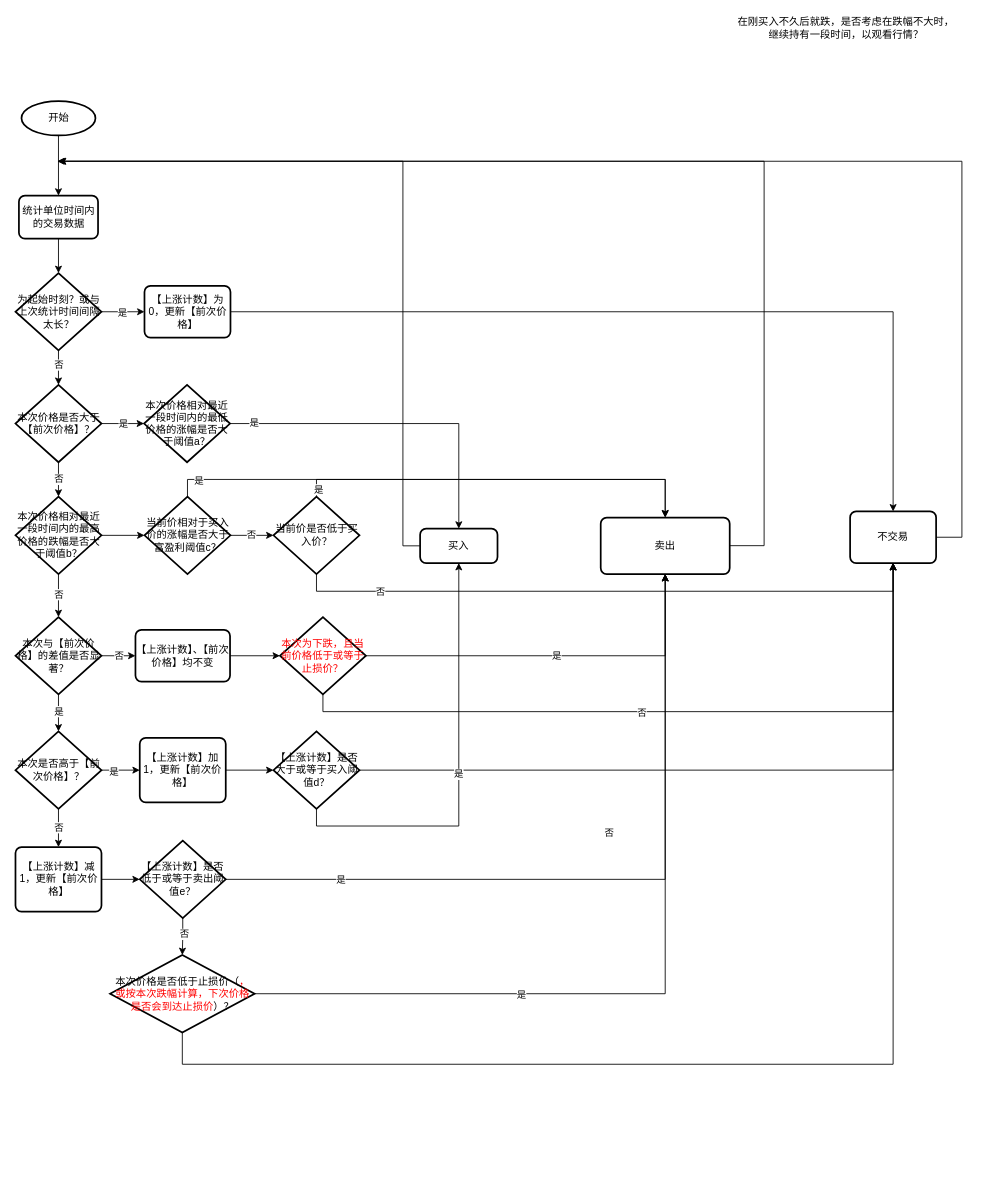
Above: net-count-trading.drawio in haycheng/draw.io (draw.io), before the change. Source tidied: cells renumbered, new cells numbered last; positions are measured from the earlier drawing's top-left corner, leaving out a move shared by most shapes. Both pictures are drawn from the tidied source at 86%, with x=0, y=0 at pixel (15, 15).
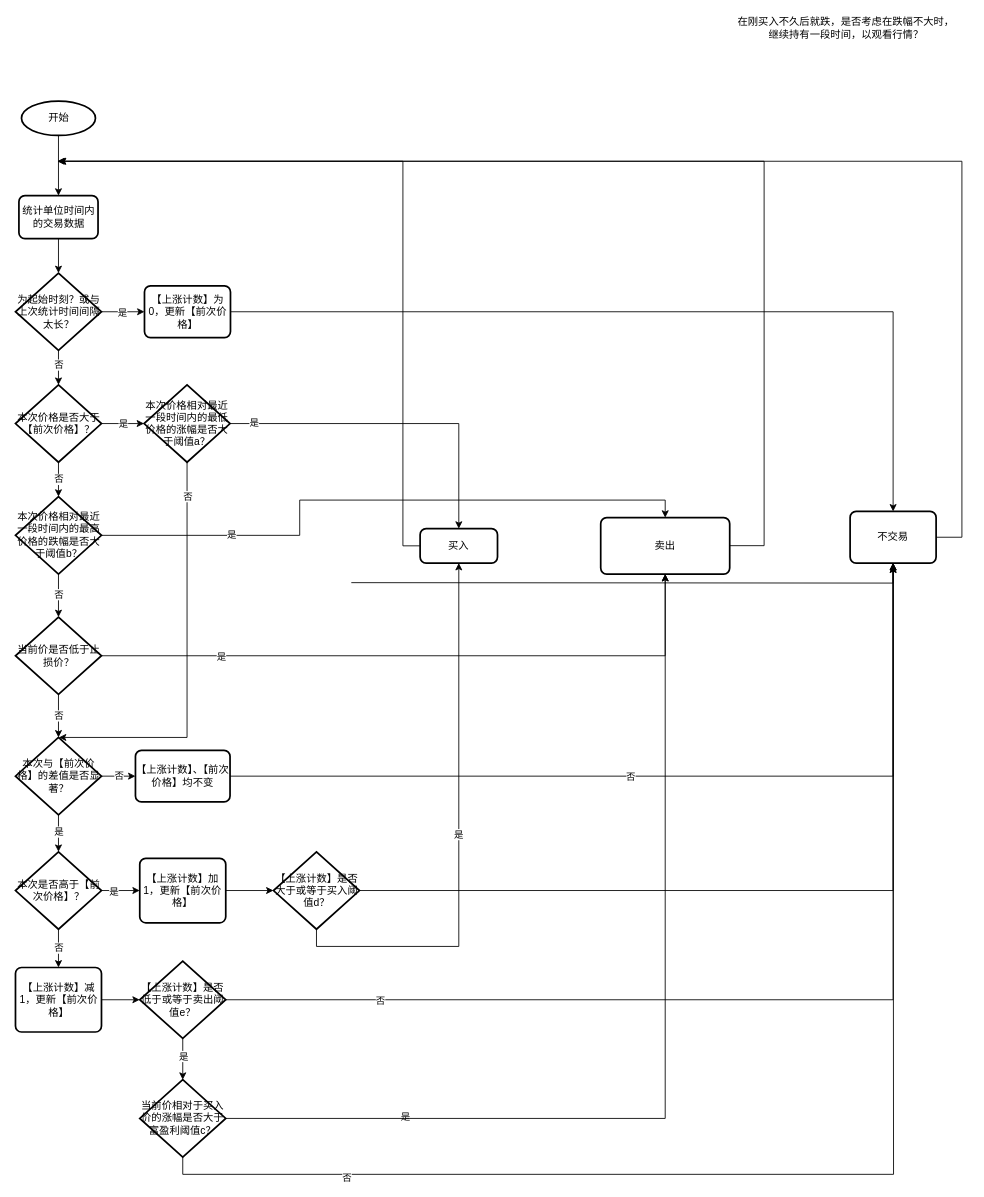
The same diagram, later.

The change refers to these unchanged cells:
```xml
<mxCell id="14" value="不交易" style="rounded=1;whiteSpace=wrap;html=1;absoluteArcSize=1;arcSize=14;strokeWidth=2;" parent="1" vertex="1">
  <mxGeometry x="970" y="577.2" width="100" height="60" as="geometry" />
</mxCell>
<mxCell id="48" value="卖出" style="rounded=1;whiteSpace=wrap;html=1;absoluteArcSize=1;arcSize=14;strokeWidth=2;" parent="1" vertex="1">
  <mxGeometry x="680" y="584.4" width="150" height="65.6" as="geometry" />
</mxCell>
<mxCell id="57" value="本次价格相对最近一段时间内的最低价格的涨幅是否大于阈值a？" style="strokeWidth=2;html=1;shape=mxgraph.flowchart.decision;whiteSpace=wrap;" parent="1" vertex="1">
  <mxGeometry x="149" y="430" width="100" height="90" as="geometry" />
</mxCell>
<mxCell id="61" value="本次价格相对最近一段时间内的最高价格的跌幅是否大于阈值b？" style="strokeWidth=2;html=1;shape=mxgraph.flowchart.decision;whiteSpace=wrap;" parent="1" vertex="1">
  <mxGeometry x="-0.5" y="560" width="100" height="90" as="geometry" />
</mxCell>
```

Diff of the diagram source:
```diff
@@
     <mxCell id="18" value="本次与【前次价格】的差值是否显著？" style="strokeWidth=2;html=1;shape=mxgraph.flowchart.decision;whiteSpace=wrap;" parent="1" vertex="1">
-      <mxGeometry x="-0.5" y="700" width="100" height="90" as="geometry" />
+      <mxGeometry x="-0.5" y="840" width="100" height="90" as="geometry" />
     </mxCell>
-    <mxCell id="19" style="edgeStyle=orthogonalEdgeStyle;rounded=0;jettySize=auto;html=1;exitX=1;exitY=0.5;exitDx=0;exitDy=0;entryX=0;entryY=0.5;entryDx=0;entryDy=0;entryPerimeter=0;" parent="1" edge="1" source="20" target="46">
-      <mxGeometry relative="1" as="geometry" />
-    </mxCell>
     <mxCell id="20" value="【上涨计数】、【前次价格】均不变" style="rounded=1;whiteSpace=wrap;html=1;absoluteArcSize=1;arcSize=14;strokeWidth=2;" parent="1" vertex="1">
-      <mxGeometry x="139" y="715" width="110" height="60" as="geometry" />
+      <mxGeometry x="139" y="855" width="110" height="60" as="geometry" />
     </mxCell>
@@
     <mxCell id="24" value="本次是否高于【前次价格】？" style="strokeWidth=2;html=1;shape=mxgraph.flowchart.decision;whiteSpace=wrap;" parent="1" vertex="1">
-      <mxGeometry x="-0.5" y="833" width="100" height="90" as="geometry" />
+      <mxGeometry x="-0.5" y="973" width="100" height="90" as="geometry" />
     </mxCell>
@@
     <mxCell id="26" value="【上涨计数】加1，更新【前次价格】" style="rounded=1;whiteSpace=wrap;html=1;absoluteArcSize=1;arcSize=14;strokeWidth=2;" parent="1" vertex="1">
-      <mxGeometry x="144" y="840.5" width="100" height="75" as="geometry" />
+      <mxGeometry x="144" y="980.5" width="100" height="75" as="geometry" />
     </mxCell>
     <mxCell id="27" style="edgeStyle=orthogonalEdgeStyle;rounded=0;jettySize=auto;html=1;exitX=1;exitY=0.5;exitDx=0;exitDy=0;exitPerimeter=0;entryX=0.5;entryY=1;entryDx=0;entryDy=0;" parent="1" edge="1" source="30" target="14">
       <mxGeometry relative="1" as="geometry">
         <Array as="points">
-          <mxPoint x="1020" y="878" />
+          <mxPoint x="1020" y="1018" />
         </Array>
       </mxGeometry>
     </mxCell>
-    <mxCell id="28" value="否" style="edgeLabel;html=1;align=center;verticalAlign=middle;" parent="27" vertex="1">
+    <mxCell id="28" value="是" style="edgeLabel;html=1;align=center;verticalAlign=middle;" parent="27" vertex="1">
       <mxGeometry x="-0.26" y="-1" relative="1" as="geometry">
-        <mxPoint x="-29" y="71" as="offset" />
+        <mxPoint x="-317" y="261" as="offset" />
       </mxGeometry>
     </mxCell>
@@
     <mxCell id="30" value="【上涨计数】是否大于或等于买入阈值d？" style="strokeWidth=2;html=1;shape=mxgraph.flowchart.decision;whiteSpace=wrap;" parent="1" vertex="1">
-      <mxGeometry x="299.5" y="833" width="100" height="90" as="geometry" />
+      <mxGeometry x="299.5" y="973" width="100" height="90" as="geometry" />
     </mxCell>
@@
-    <mxCell id="33" style="edgeStyle=orthogonalEdgeStyle;rounded=0;jettySize=auto;html=1;entryX=0.5;entryY=1;entryDx=0;entryDy=0;exitX=1;exitY=0.5;exitDx=0;exitDy=0;exitPerimeter=0;" parent="1" edge="1" source="50" target="48">
+    <mxCell id="33" style="edgeStyle=orthogonalEdgeStyle;rounded=0;jettySize=auto;html=1;exitX=1;exitY=0.5;exitDx=0;exitDy=0;exitPerimeter=0;" parent="1" edge="1" source="50">
       <mxGeometry relative="1" as="geometry">
+        <mxPoint x="1020" y="640" as="targetPoint" />
         <Array as="points">
-          <mxPoint x="755" y="1005" />
+          <mxPoint x="1020" y="1145" />
         </Array>
       </mxGeometry>
     </mxCell>
-    <mxCell id="34" value="是" style="edgeLabel;html=1;align=center;verticalAlign=middle;" parent="33" vertex="1">
+    <mxCell id="34" value="否" style="edgeLabel;html=1;align=center;verticalAlign=middle;" parent="33" vertex="1">
       <mxGeometry x="-0.78" relative="1" as="geometry">
         <mxPoint x="38" as="offset" />
       </mxGeometry>
     </mxCell>
-    <mxCell id="35" style="edgeStyle=orthogonalEdgeStyle;rounded=0;jettySize=auto;html=1;exitX=0.5;exitY=1;exitDx=0;exitDy=0;entryX=0.5;entryY=0;entryDx=0;entryDy=0;entryPerimeter=0;exitPerimeter=0;" parent="1" edge="1" source="50" target="42">
-      <mxGeometry relative="1" as="geometry" />
-    </mxCell>
-    <mxCell id="36" value="否" style="edgeLabel;html=1;align=center;verticalAlign=middle;" parent="35" vertex="1">
-      <mxGeometry x="-0.18" y="1" relative="1" as="geometry" />
-    </mxCell>
@@
     <mxCell id="38" value="【上涨计数】减1，更新【前次价格】" style="rounded=1;whiteSpace=wrap;html=1;absoluteArcSize=1;arcSize=14;strokeWidth=2;" parent="1" vertex="1">
-      <mxGeometry x="-0.5" y="967.5" width="100" height="75" as="geometry" />
+      <mxGeometry x="-0.5" y="1107.5" width="100" height="75" as="geometry" />
     </mxCell>
-    <mxCell id="39" style="edgeStyle=orthogonalEdgeStyle;rounded=0;jettySize=auto;html=1;exitX=1;exitY=0.5;exitDx=0;exitDy=0;exitPerimeter=0;entryX=0.5;entryY=1;entryDx=0;entryDy=0;" parent="1" edge="1" source="42" target="48">
+    <mxCell id="39" style="edgeStyle=orthogonalEdgeStyle;rounded=0;jettySize=auto;html=1;exitX=1;exitY=0.5;exitDx=0;exitDy=0;exitPerimeter=0;entryX=0.5;entryY=1;entryDx=0;entryDy=0;" parent="1" edge="1" source="66" target="48">
       <mxGeometry relative="1" as="geometry" />
     </mxCell>
-    <mxCell id="40" value="是" style="edgeLabel;html=1;align=center;verticalAlign=middle;" parent="39" vertex="1">
-      <mxGeometry x="-0.04" relative="1" as="geometry">
-        <mxPoint x="-153" as="offset" />
-      </mxGeometry>
-    </mxCell>
-    <mxCell id="41" style="edgeStyle=orthogonalEdgeStyle;rounded=0;jettySize=auto;html=1;exitX=0.5;exitY=1;exitDx=0;exitDy=0;exitPerimeter=0;entryX=0.5;entryY=1;entryDx=0;entryDy=0;" parent="1" edge="1" source="42" target="14">
-      <mxGeometry relative="1" as="geometry">
-        <Array as="points">
-          <mxPoint x="194" y="1220" />
-          <mxPoint x="1020" y="1220" />
-        </Array>
-      </mxGeometry>
-    </mxCell>
-    <mxCell id="42" value="本次价格是否低于止损价（&lt;font color=&quot;#ff0000&quot;&gt;，或按本次跌幅计算，下次价格是否会到达止损价&lt;/font&gt;）？" style="strokeWidth=2;html=1;shape=mxgraph.flowchart.decision;whiteSpace=wrap;" parent="1" vertex="1">
-      <mxGeometry x="109.5" y="1093" width="168" height="90" as="geometry" />
-    </mxCell>
-    <mxCell id="43" style="edgeStyle=orthogonalEdgeStyle;rounded=0;jettySize=auto;html=1;exitX=0.5;exitY=1;exitDx=0;exitDy=0;exitPerimeter=0;" parent="1" edge="1" source="46" target="14">
+    <mxCell id="43" style="edgeStyle=orthogonalEdgeStyle;rounded=0;jettySize=auto;html=1;exitX=1;exitY=0.5;exitDx=0;exitDy=0;" parent="1" edge="1" source="20" target="14">
       <mxGeometry relative="1" as="geometry">
         <Array as="points">
-          <mxPoint x="357" y="810" />
-          <mxPoint x="1020" y="810" />
+          <mxPoint x="1020" y="885" />
         </Array>
       </mxGeometry>
     </mxCell>
@@
-    <mxCell id="45" value="是" style="edgeStyle=orthogonalEdgeStyle;rounded=0;jettySize=auto;html=1;exitX=1;exitY=0.5;exitDx=0;exitDy=0;exitPerimeter=0;entryX=0.5;entryY=1;entryDx=0;entryDy=0;" parent="1" edge="1" source="46" target="48">
-      <mxGeometry relative="1" as="geometry" />
-    </mxCell>
-    <mxCell id="46" value="本次为下跌，且当前价格低于或等于止损价？" style="strokeWidth=2;html=1;shape=mxgraph.flowchart.decision;whiteSpace=wrap;fontColor=#FF0000;" parent="1" vertex="1">
-      <mxGeometry x="307" y="700" width="100" height="90" as="geometry" />
-    </mxCell>
@@
+    <mxCell id="72" style="edgeStyle=orthogonalEdgeStyle;rounded=0;jettySize=auto;html=1;exitX=0.5;exitY=1;exitDx=0;exitDy=0;exitPerimeter=0;entryX=0.5;entryY=0;entryDx=0;entryDy=0;entryPerimeter=0;" parent="1" edge="1" source="50" target="66">
+      <mxGeometry relative="1" as="geometry" />
+    </mxCell>
+    <mxCell id="73" value="是" style="edgeLabel;html=1;align=center;verticalAlign=middle;" parent="72" vertex="1">
+      <mxGeometry x="-0.17" relative="1" as="geometry" />
+    </mxCell>
     <mxCell id="50" value="【上涨计数】是否低于或等于卖出阈值e？" style="strokeWidth=2;html=1;shape=mxgraph.flowchart.decision;whiteSpace=wrap;" parent="1" vertex="1">
-      <mxGeometry x="144" y="960" width="100" height="90" as="geometry" />
+      <mxGeometry x="144" y="1100" width="100" height="90" as="geometry" />
     </mxCell>
@@
+    <mxCell id="74" style="edgeStyle=orthogonalEdgeStyle;rounded=0;jettySize=auto;html=1;exitX=0.5;exitY=1;exitDx=0;exitDy=0;exitPerimeter=0;" parent="1" edge="1" source="57">
+      <mxGeometry relative="1" as="geometry">
+        <mxPoint x="50" y="840" as="targetPoint" />
+        <Array as="points">
+          <mxPoint x="199" y="840" />
+        </Array>
+      </mxGeometry>
+    </mxCell>
+    <mxCell id="75" value="否" style="edgeLabel;html=1;align=center;verticalAlign=middle;" parent="74" vertex="1">
+      <mxGeometry x="-0.75" y="1" relative="1" as="geometry">
+        <mxPoint x="-1" y="-20" as="offset" />
+      </mxGeometry>
+    </mxCell>
@@
-    <mxCell id="58" style="edgeStyle=orthogonalEdgeStyle;rounded=0;jettySize=auto;html=1;exitX=0.5;exitY=1;exitDx=0;exitDy=0;exitPerimeter=0;" parent="1" edge="1" source="61" target="18">
+    <mxCell id="58" style="edgeStyle=orthogonalEdgeStyle;rounded=0;jettySize=auto;html=1;exitX=0.5;exitY=1;exitDx=0;exitDy=0;exitPerimeter=0;entryX=0.5;entryY=0;entryDx=0;entryDy=0;entryPerimeter=0;" parent="1" edge="1" source="61" target="71">
       <mxGeometry relative="1" as="geometry" />
     </mxCell>
@@
-    <mxCell id="60" style="edgeStyle=orthogonalEdgeStyle;rounded=0;jettySize=auto;html=1;exitX=1;exitY=0.5;exitDx=0;exitDy=0;exitPerimeter=0;entryX=0;entryY=0.5;entryDx=0;entryDy=0;entryPerimeter=0;" parent="1" edge="1" source="61" target="66">
-      <mxGeometry relative="1" as="geometry" />
+    <mxCell id="60" value="是" style="edgeStyle=orthogonalEdgeStyle;rounded=0;jettySize=auto;html=1;exitX=1;exitY=0.5;exitDx=0;exitDy=0;exitPerimeter=0;entryX=0.5;entryY=0;entryDx=0;entryDy=0;" parent="1" edge="1" source="61" target="48">
+      <mxGeometry x="-0.58" relative="1" as="geometry">
+        <Array as="points">
+          <mxPoint x="330" y="605" />
+          <mxPoint x="330" y="564" />
+          <mxPoint x="755" y="564" />
+        </Array>
+      </mxGeometry>
     </mxCell>
@@
-    <mxCell id="62" style="edgeStyle=orthogonalEdgeStyle;rounded=0;jettySize=auto;html=1;exitX=0.5;exitY=0;exitDx=0;exitDy=0;exitPerimeter=0;" parent="1" edge="1" source="66">
-      <mxGeometry relative="1" as="geometry">
-        <mxPoint x="755" y="584" as="targetPoint" />
-        <Array as="points">
-          <mxPoint x="200" y="540" />
-          <mxPoint x="755" y="540" />
-        </Array>
-      </mxGeometry>
-    </mxCell>
-    <mxCell id="63" value="是" style="edgeLabel;html=1;align=center;verticalAlign=middle;" parent="62" vertex="1">
-      <mxGeometry x="-0.89" y="-1" relative="1" as="geometry">
-        <mxPoint x="-1" as="offset" />
-      </mxGeometry>
-    </mxCell>
-    <mxCell id="64" style="edgeStyle=orthogonalEdgeStyle;rounded=0;jettySize=auto;html=1;exitX=1;exitY=0.5;exitDx=0;exitDy=0;exitPerimeter=0;entryX=0;entryY=0.5;entryDx=0;entryDy=0;entryPerimeter=0;" parent="1" edge="1" source="66" target="71">
-      <mxGeometry relative="1" as="geometry" />
-    </mxCell>
-    <mxCell id="65" value="否" style="edgeLabel;html=1;align=center;verticalAlign=middle;" parent="64" vertex="1">
-      <mxGeometry x="-0.06" y="1" relative="1" as="geometry" />
-    </mxCell>
+    <mxCell id="76" style="edgeStyle=orthogonalEdgeStyle;rounded=0;jettySize=auto;html=1;exitX=0.5;exitY=1;exitDx=0;exitDy=0;exitPerimeter=0;" parent="1" edge="1" source="66">
+      <mxGeometry relative="1" as="geometry">
+        <mxPoint x="1020" y="640" as="targetPoint" />
+      </mxGeometry>
+    </mxCell>
+    <mxCell id="77" value="否" style="edgeLabel;html=1;align=center;verticalAlign=middle;" parent="76" vertex="1">
+      <mxGeometry x="-0.73" y="-3" relative="1" as="geometry" />
+    </mxCell>
     <mxCell id="66" value="当前价相对于买入价的涨幅是否大于富盈利阈值c？" style="strokeWidth=2;html=1;shape=mxgraph.flowchart.decision;whiteSpace=wrap;" parent="1" vertex="1">
-      <mxGeometry x="149.5" y="560" width="100" height="90" as="geometry" />
+      <mxGeometry x="144" y="1238" width="100" height="90" as="geometry" />
     </mxCell>
+    <mxCell id="69" style="edgeStyle=orthogonalEdgeStyle;rounded=0;jettySize=auto;html=1;entryX=0.5;entryY=1;entryDx=0;entryDy=0;" parent="1" edge="1" target="14">
+      <mxGeometry relative="1" as="geometry">
+        <mxPoint x="390" y="660" as="sourcePoint" />
+      </mxGeometry>
+    </mxCell>
+    <mxCell id="78" style="edgeStyle=orthogonalEdgeStyle;rounded=0;jettySize=auto;html=1;exitX=0.5;exitY=1;exitDx=0;exitDy=0;exitPerimeter=0;" parent="1" edge="1" source="71" target="18">
+      <mxGeometry relative="1" as="geometry" />
+    </mxCell>
+    <mxCell id="79" value="否" style="edgeLabel;html=1;align=center;verticalAlign=middle;" parent="78" vertex="1">
+      <mxGeometry x="-0.03" relative="1" as="geometry" />
+    </mxCell>
-    <mxCell id="67" style="edgeStyle=orthogonalEdgeStyle;rounded=0;jettySize=auto;html=1;exitX=0.5;exitY=0;exitDx=0;exitDy=0;exitPerimeter=0;entryX=0.5;entryY=0;entryDx=0;entryDy=0;" parent="1" edge="1" source="71" target="48">
+    <mxCell id="67" style="edgeStyle=orthogonalEdgeStyle;rounded=0;jettySize=auto;html=1;exitX=1;exitY=0.5;exitDx=0;exitDy=0;exitPerimeter=0;entryX=0.5;entryY=1;entryDx=0;entryDy=0;" parent="1" edge="1" source="71" target="48">
       <mxGeometry relative="1" as="geometry" />
     </mxCell>
-    <mxCell id="68" value="是" style="edgeLabel;html=1;align=center;verticalAlign=middle;" parent="67" vertex="1">
-      <mxGeometry x="-0.96" y="-1" relative="1" as="geometry">
-        <mxPoint x="1" as="offset" />
-      </mxGeometry>
-    </mxCell>
-    <mxCell id="69" style="edgeStyle=orthogonalEdgeStyle;rounded=0;jettySize=auto;html=1;exitX=0.5;exitY=1;exitDx=0;exitDy=0;exitPerimeter=0;entryX=0.5;entryY=1;entryDx=0;entryDy=0;" parent="1" edge="1" source="71" target="14">
-      <mxGeometry relative="1" as="geometry" />
-    </mxCell>
-    <mxCell id="70" value="否" style="edgeLabel;html=1;align=center;verticalAlign=middle;" parent="69" vertex="1">
-      <mxGeometry x="-0.74" relative="1" as="geometry" />
-    </mxCell>
+    <mxCell id="80" value="是" style="edgeLabel;html=1;align=center;verticalAlign=middle;" parent="67" vertex="1">
+      <mxGeometry x="-0.63" y="-1" relative="1" as="geometry" />
+    </mxCell>
-    <mxCell id="71" value="当前价是否低于买入价？" style="strokeWidth=2;html=1;shape=mxgraph.flowchart.decision;whiteSpace=wrap;" parent="1" vertex="1">
-      <mxGeometry x="299.5" y="560" width="100" height="90" as="geometry" />
+    <mxCell id="71" value="当前价是否低于止损价？" style="strokeWidth=2;html=1;shape=mxgraph.flowchart.decision;whiteSpace=wrap;" parent="1" vertex="1">
+      <mxGeometry x="-0.5" y="700" width="100" height="90" as="geometry" />
     </mxCell>
```
